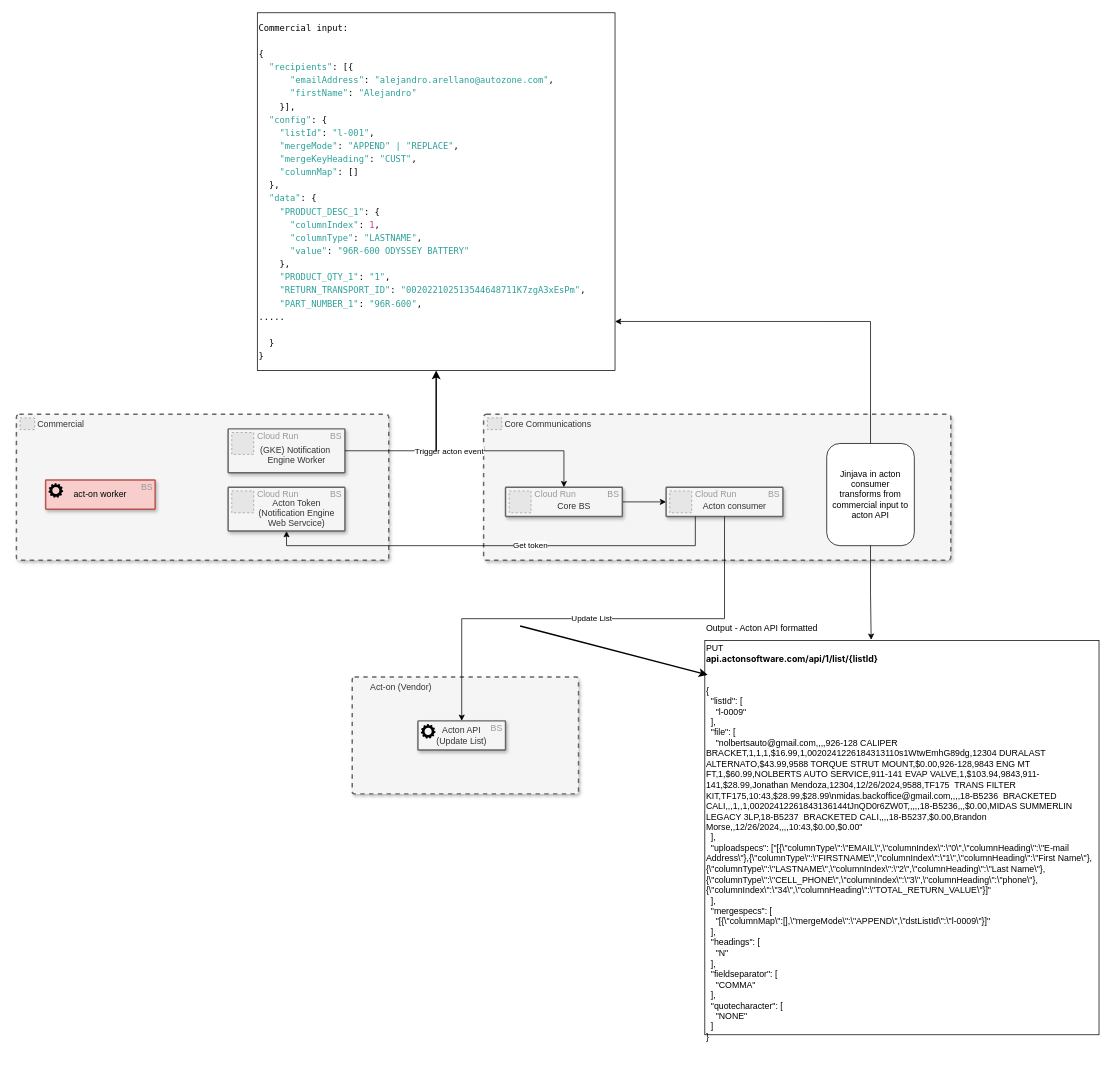
Before: page "Page-2" (2 of 2) of drawings/Core Communications Acton.drawio in AarellanoH/draw_io, a draw.io diagram. Source tidied: cells renumbered, new cells numbered last; positions are measured from the earlier drawing's top-left corner, leaving out a move shared by most shapes. Both pictures are drawn from the tidied source at 73%, with x=0, y=0 at pixel (16, 12). Pictures stored in the file or linked from it are replaced by grey dashed boxes.
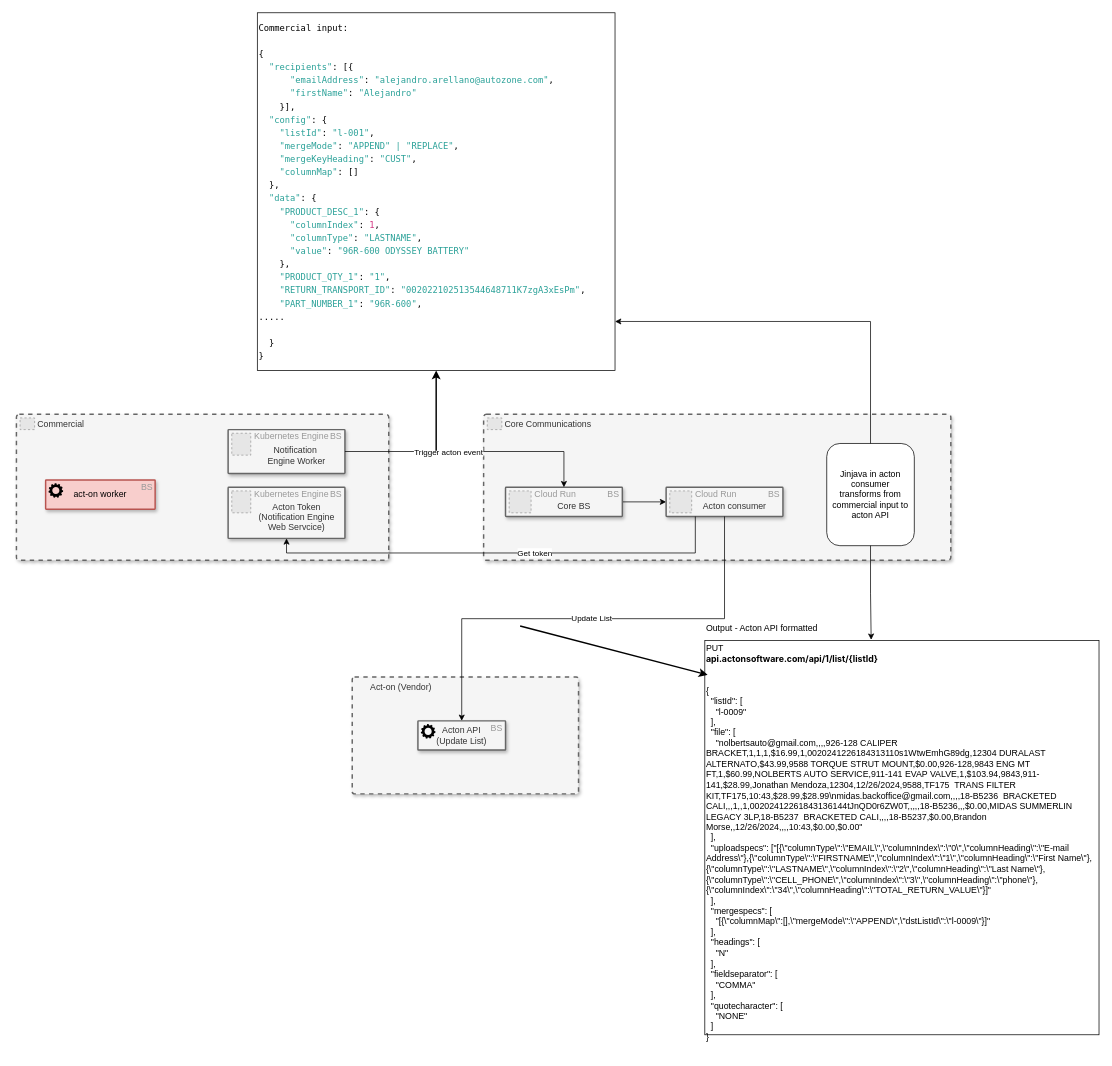
After the change.

The change refers to these unchanged cells:
```xml
<mxCell id="2" value="Commercial" style="rounded=1;whiteSpace=wrap;html=1;strokeWidth=2;fillColor=#f5f5f5;strokeColor=#666666;dashed=1;shadow=1;arcSize=2;verticalAlign=top;align=left;spacingLeft=27;fontColor=#333333;" parent="1" vertex="1">
  <mxGeometry y="550" width="510" height="200" as="geometry" />
</mxCell>
<mxCell id="16" value="Core BS" style="strokeColor=#666666;shadow=1;strokeWidth=2;rounded=1;absoluteArcSize=1;arcSize=2;fillColor=#f5f5f5;fontColor=#333333;spacingTop=10;spacingLeft=28;" parent="13" vertex="1">
  <mxGeometry x="30" y="100" width="160" height="40" as="geometry" />
</mxCell>
```

What changed in the source:
```diff
@@
-    <mxCell id="4" value="(GKE) Notification &#10;Engine Worker" style="strokeColor=#666666;shadow=1;strokeWidth=2;rounded=1;absoluteArcSize=1;arcSize=2;fillColor=#f5f5f5;fontColor=#333333;spacingTop=10;spacingLeft=28;" parent="2" vertex="1">
-      <mxGeometry x="290" y="20" width="160" height="60" as="geometry" />
-    </mxCell>
-    <mxCell id="5" value="Cloud Run" style="fillColor=#E6E6E6;strokeColor=#999999;dashed=1;html=1;fontColor=#999999;verticalLabelPosition=middle;verticalAlign=top;labelPosition=right;align=left;spacingLeft=5;spacingTop=-7;spacing=0;" parent="4" vertex="1">
-      <mxGeometry width="30" height="30" relative="1" as="geometry">
-        <mxPoint x="5" y="5" as="offset" />
-      </mxGeometry>
-    </mxCell>
-    <mxCell id="6" value="BS" style="text;html=1;align=right;verticalAlign=top;whiteSpace=wrap;rounded=0;spacing=4;spacingTop=-6;fontColor=#999999;" parent="4" vertex="1">
-      <mxGeometry x="138" width="22" height="22.5" as="geometry" />
-    </mxCell>
@@
-    <mxCell id="10" value="Acton Token&#10;(Notification Engine&#10;Web Servcice)" style="strokeColor=#666666;shadow=1;strokeWidth=2;rounded=1;absoluteArcSize=1;arcSize=2;fillColor=#f5f5f5;fontColor=#333333;spacingTop=10;spacingLeft=28;" parent="2" vertex="1">
-      <mxGeometry x="290" y="100" width="160" height="60" as="geometry" />
+    <mxCell id="10" value="Acton Token&#10;(Notification Engine&#10;Web Servcice)" style="strokeColor=#666666;shadow=1;strokeWidth=2;rounded=1;absoluteArcSize=1;arcSize=2;fillColor=#f5f5f5;fontColor=#333333;spacingTop=10;spacingLeft=28;spacing=2;spacingRight=0;align=center;verticalAlign=middle;" parent="2" vertex="1">
+      <mxGeometry x="290" y="100" width="160" height="70" as="geometry" />
     </mxCell>
-    <mxCell id="11" value="Cloud Run" style="fillColor=#E6E6E6;strokeColor=#999999;dashed=1;html=1;fontColor=#999999;verticalLabelPosition=middle;verticalAlign=top;labelPosition=right;align=left;spacingLeft=5;spacingTop=-7;spacing=0;" parent="10" vertex="1">
-      <mxGeometry width="30" height="30" relative="1" as="geometry">
-        <mxPoint x="5" y="5" as="offset" />
-      </mxGeometry>
-    </mxCell>
-    <mxCell id="12" value="BS" style="text;html=1;align=right;verticalAlign=top;whiteSpace=wrap;rounded=0;spacing=4;spacingTop=-6;fontColor=#999999;" parent="10" vertex="1">
-      <mxGeometry x="138" width="22" height="22.5" as="geometry" />
-    </mxCell>
+    <mxCell id="39" value="Kubernetes Engine" style="fillColor=#E6E6E6;strokeColor=#999999;dashed=1;html=1;fontColor=#999999;verticalLabelPosition=middle;verticalAlign=top;labelPosition=right;align=left;spacingLeft=5;spacingTop=-7;spacing=0;" parent="10" vertex="1">
+      <mxGeometry width="26" height="30" relative="1" as="geometry">
+        <mxPoint x="5" y="5" as="offset" />
+      </mxGeometry>
+    </mxCell>
+    <mxCell id="40" value="BS" style="text;html=1;align=right;verticalAlign=top;whiteSpace=wrap;rounded=0;spacing=4;spacingTop=-6;fontColor=#999999;" parent="10" vertex="1">
+      <mxGeometry x="138" width="22" height="26.2" as="geometry" />
+    </mxCell>
+    <mxCell id="41" value="Notification &#10;Engine Worker" style="strokeColor=#666666;shadow=1;strokeWidth=2;rounded=1;absoluteArcSize=1;arcSize=2;fillColor=#f5f5f5;fontColor=#333333;spacingTop=10;spacingLeft=28;spacing=2;spacingRight=0;align=center;verticalAlign=middle;" parent="2" vertex="1">
+      <mxGeometry x="290" y="21" width="160" height="60" as="geometry" />
+    </mxCell>
+    <mxCell id="42" value="Kubernetes Engine" style="fillColor=#E6E6E6;strokeColor=#999999;dashed=1;html=1;fontColor=#999999;verticalLabelPosition=middle;verticalAlign=top;labelPosition=right;align=left;spacingLeft=5;spacingTop=-7;spacing=0;" parent="41" vertex="1">
+      <mxGeometry width="26" height="30" relative="1" as="geometry">
+        <mxPoint x="5" y="5" as="offset" />
+      </mxGeometry>
+    </mxCell>
+    <mxCell id="43" value="BS" style="text;html=1;align=right;verticalAlign=top;whiteSpace=wrap;rounded=0;spacing=4;spacingTop=-6;fontColor=#999999;" parent="41" vertex="1">
+      <mxGeometry x="138" width="22" height="22.5" as="geometry" />
+    </mxCell>
@@
-    <mxCell id="31" style="edgeStyle=orthogonalEdgeStyle;rounded=0;jettySize=auto;html=1;" parent="1" edge="1" source="4" target="16">
+    <mxCell id="31" style="edgeStyle=orthogonalEdgeStyle;rounded=0;jettySize=auto;html=1;exitX=1;exitY=0.5;exitDx=0;exitDy=0;" parent="1" edge="1" source="41" target="16">
       <mxGeometry relative="1" as="geometry" />
     </mxCell>
```
